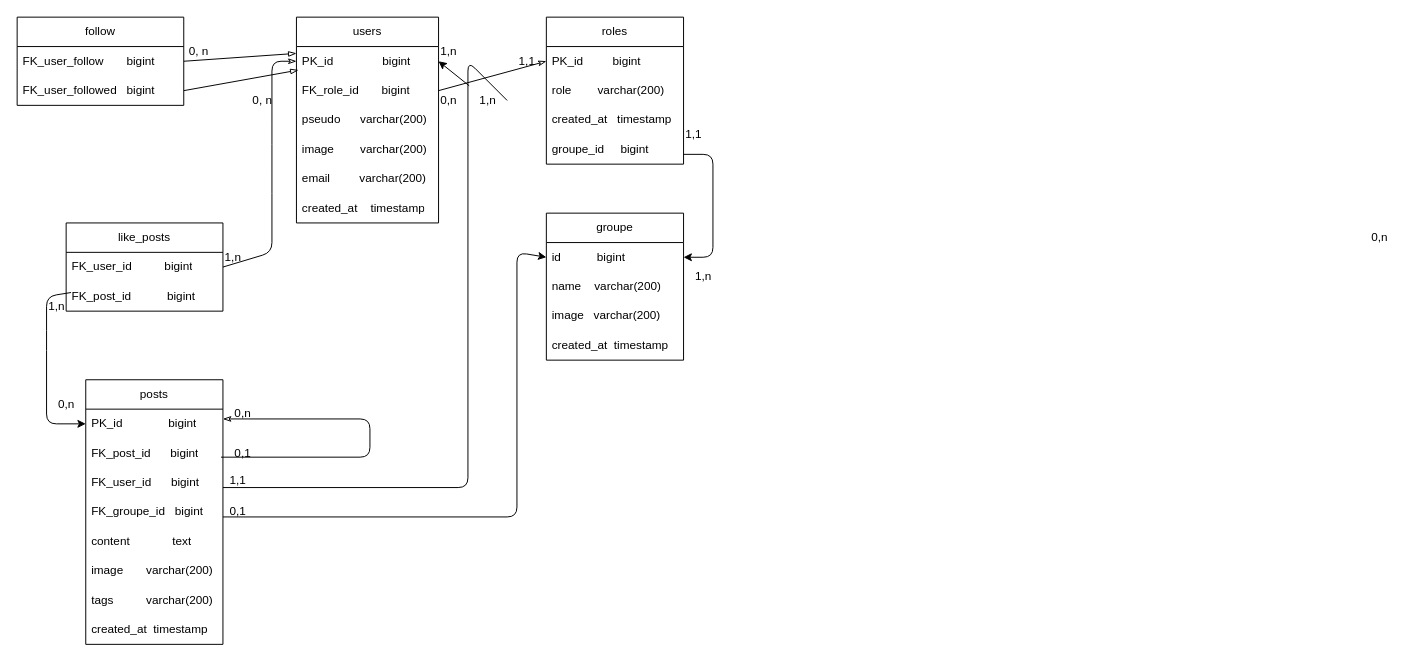
SFaucher26/brief4 keeps this draw.io diagram as MPD.drawio. Above is the earlier version. Source tidied: cells renumbered, new cells numbered last; positions are measured from the earlier drawing's top-left corner, leaving out a move shared by most shapes. Both pictures are drawn from the tidied source at 98%, with x=0, y=0 at pixel (17, 17).
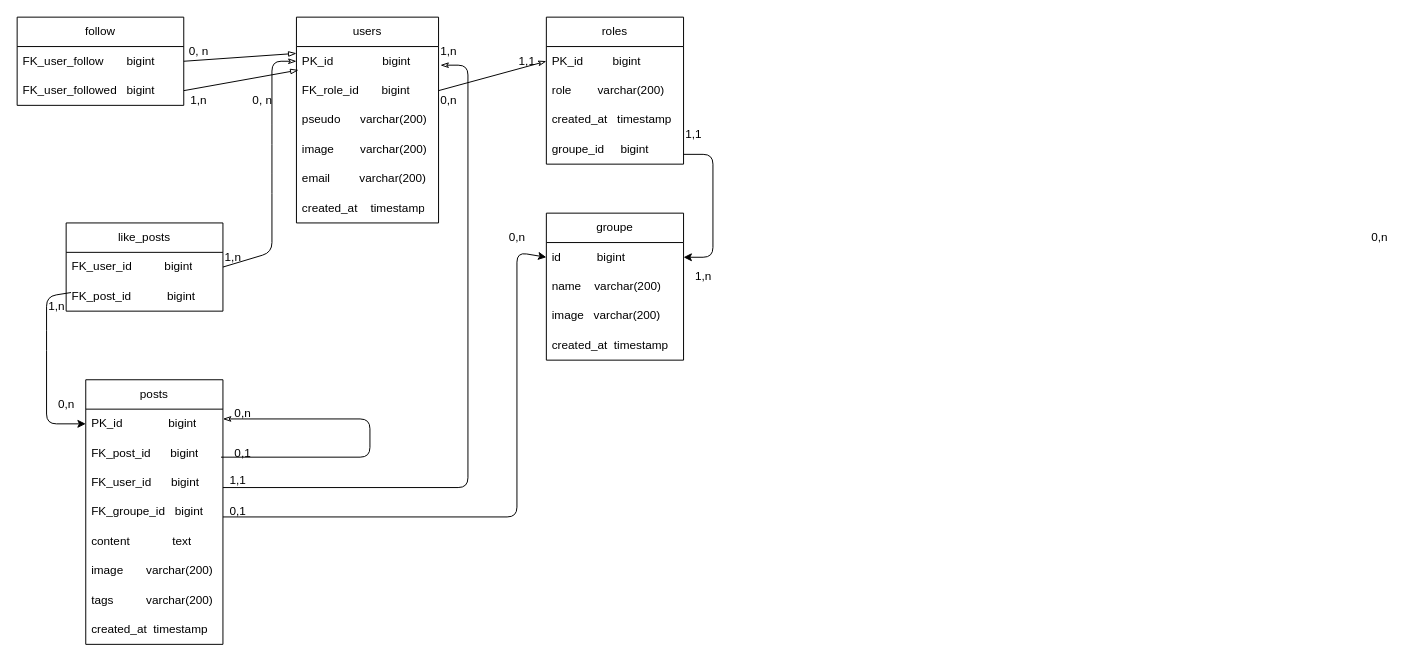
The same page after the edit.

The change refers to these unchanged cells:
```xml
<mxCell id="3" value="PK_id&amp;nbsp; &amp;nbsp; &amp;nbsp; &amp;nbsp; &amp;nbsp; &amp;nbsp; &amp;nbsp; &amp;nbsp;bigint" style="text;strokeColor=none;fillColor=none;align=left;verticalAlign=middle;spacingLeft=4;spacingRight=4;overflow=hidden;points=[[0,0.5],[1,0.5]];portConstraint=eastwest;whiteSpace=wrap;html=1;" parent="2" vertex="1">
  <mxGeometry y="30" width="145" height="30" as="geometry" />
</mxCell>
<mxCell id="46" value="1,n" style="text;html=1;align=center;verticalAlign=middle;points=[];strokeColor=none;fillColor=none;" parent="1" vertex="1">
  <mxGeometry x="420" y="20" width="40" height="30" as="geometry" />
</mxCell>
```

Diff of the diagram source:
```diff
@@
-    <mxCell id="44" style="endArrow=classic;html=1;entryX=1;entryY=0.5;entryDx=0;entryDy=0;startArrow=none;" parent="1" edge="1" source="59" target="3">
-      <mxGeometry relative="1" as="geometry" />
-    </mxCell>
@@
-    <mxCell id="58" style="endArrow=none;html=1;entryX=1;entryY=0.5;entryDx=0;entryDy=0;" parent="1" edge="1" target="59">
+    <mxCell id="58" style="endArrow=classicThin;html=1;entryX=0.3;entryY=0.967;entryDx=0;entryDy=0;entryPerimeter=0;startArrow=none;startFill=0;endFill=0;" parent="1" edge="1" target="46">
       <mxGeometry relative="1" as="geometry">
         <mxPoint x="210" y="480" as="sourcePoint" />
         <Array as="points">
           <mxPoint x="460" y="480" />
-          <mxPoint x="460" y="45" />
+          <mxPoint x="460" y="49" />
         </Array>
       </mxGeometry>
     </mxCell>
     <mxCell id="59" value="1,n" style="text;html=1;align=center;verticalAlign=middle;points=[];strokeColor=none;fillColor=none;" parent="1" vertex="1">
-      <mxGeometry x="460" y="70" width="40" height="30" as="geometry" />
+      <mxGeometry x="165" y="70" width="40" height="30" as="geometry" />
     </mxCell>
+    <mxCell id="60" value="0,n" style="text;html=1;align=center;verticalAlign=middle;strokeColor=none;fillColor=none;" parent="1" vertex="1">
+      <mxGeometry x="490" y="210" width="40" height="30" as="geometry" />
+    </mxCell>
```
